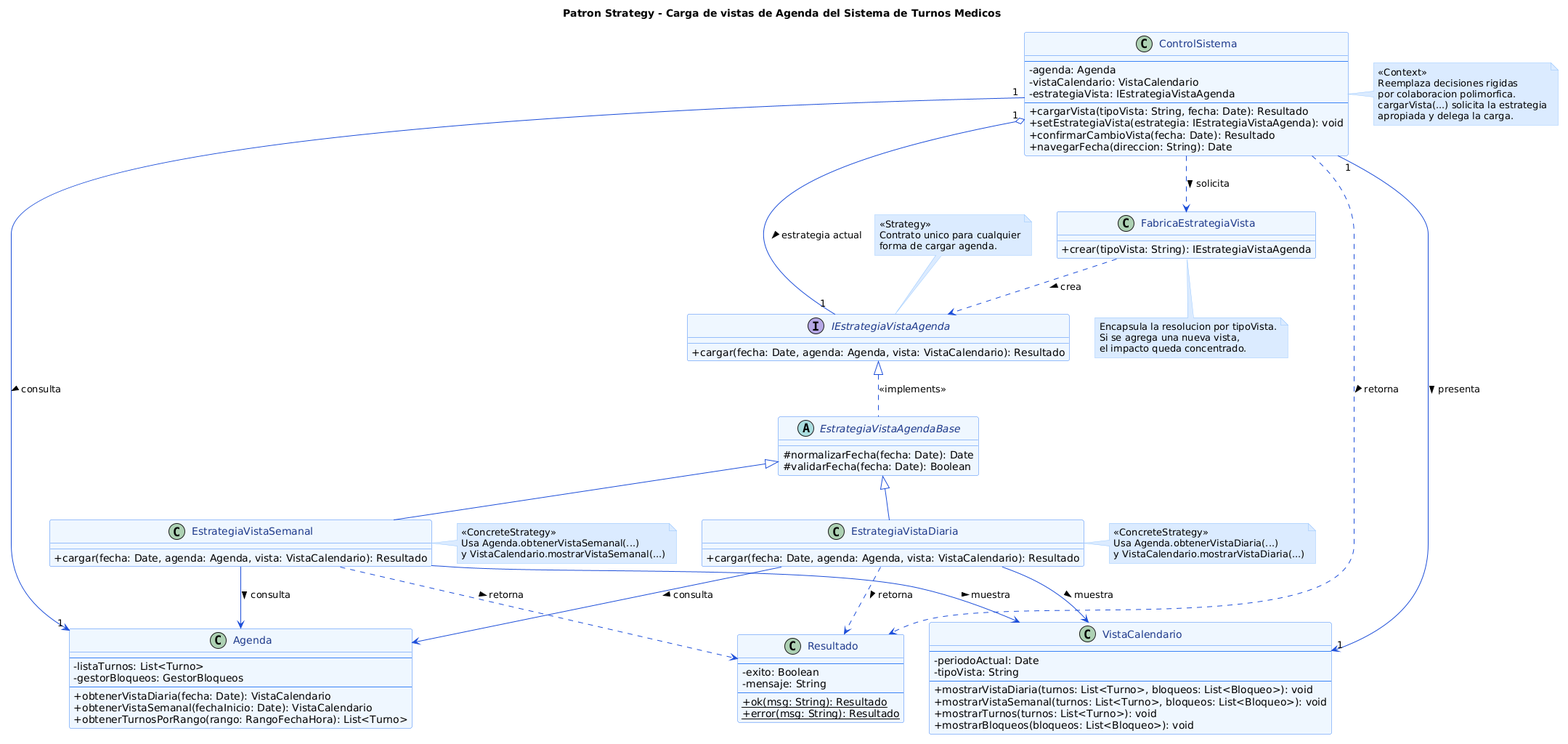
This is diagramas/01-diagrama-clases/01-patron-comportamiento-strategy.png from angelgc9107-lgtm/SistemaTurnosMedicos_GP6, a PlantUML export, as it was before one commit.
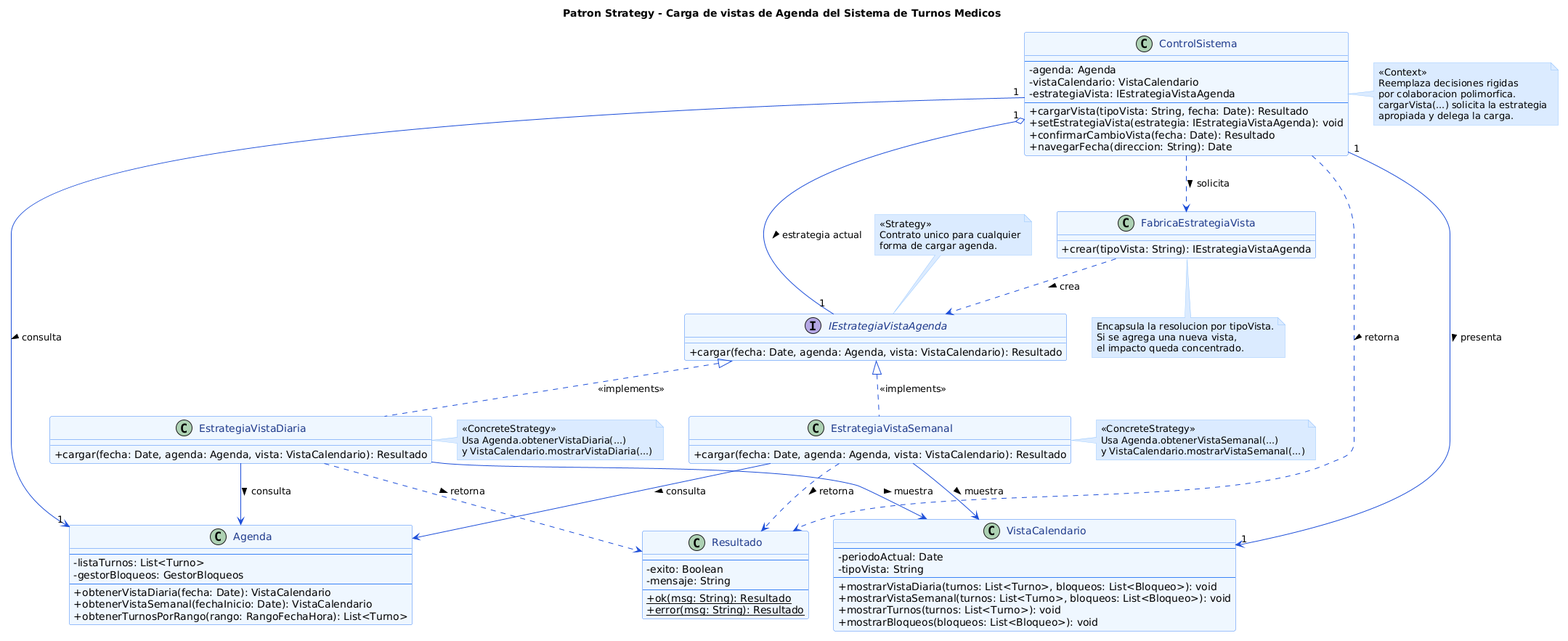
Above is the later version.

Diff of the diagram source:
```diff
@@ -67,11 +67,6 @@
     + cargar(fecha: Date, agenda: Agenda, vista: VistaCalendario): Resultado
 }
 
-abstract class EstrategiaVistaAgendaBase {
-    # normalizarFecha(fecha: Date): Date
-    # validarFecha(fecha: Date): Boolean
-}
-
 class EstrategiaVistaDiaria {
     + cargar(fecha: Date, agenda: Agenda, vista: VistaCalendario): Resultado
 }
@@ -125,9 +120,8 @@
 
 FabricaEstrategiaVista ..> IEstrategiaVistaAgenda : crea >
 
-IEstrategiaVistaAgenda <|.. EstrategiaVistaAgendaBase : <<implements>>
-EstrategiaVistaAgendaBase <|-- EstrategiaVistaDiaria
-EstrategiaVistaAgendaBase <|-- EstrategiaVistaSemanal
+IEstrategiaVistaAgenda <|.. EstrategiaVistaDiaria : <<implements>>
+IEstrategiaVistaAgenda <|.. EstrategiaVistaSemanal : <<implements>>
 
 EstrategiaVistaDiaria --> Agenda : consulta >
 EstrategiaVistaDiaria --> VistaCalendario : muestra >
```
